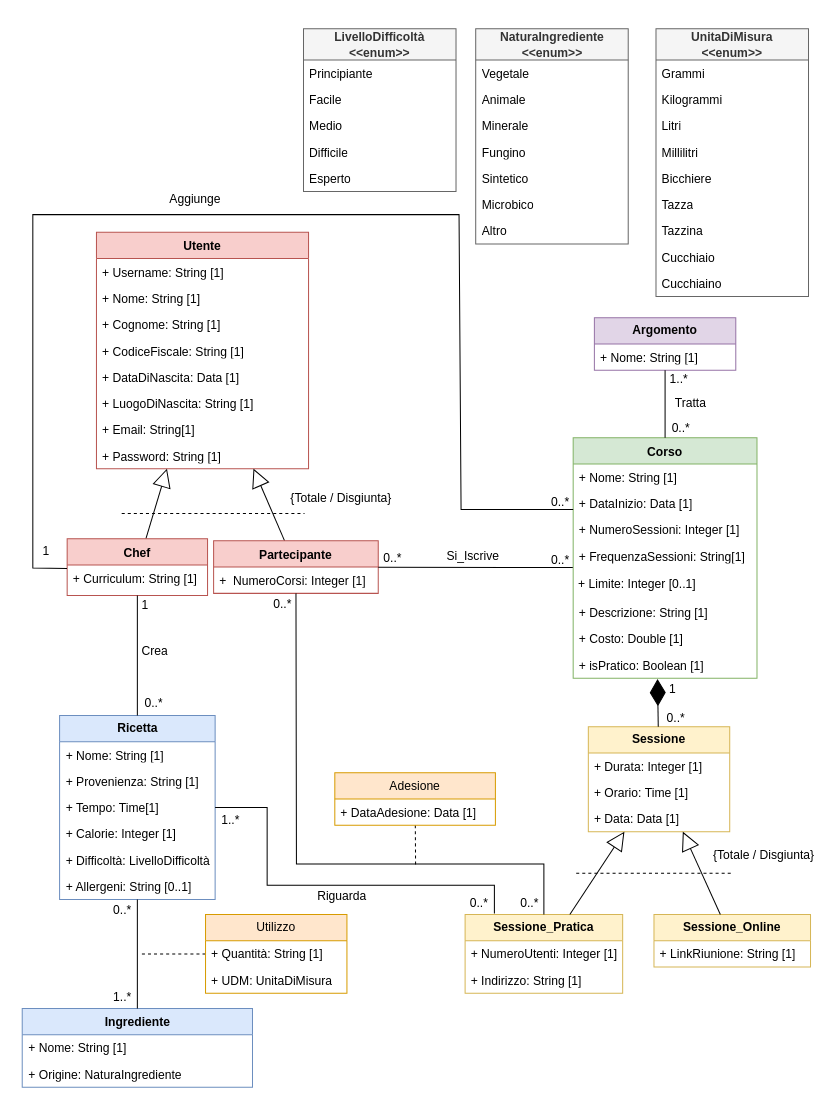
This is page "Pagina-1" (1 of 2) of Database/Modello_Concettuale/src/UninaFoodLab_UML.drawio from KiyoWasTakenn/UninaFoodLab, a draw.io file, before an edit. Source tidied: cells renumbered, new cells numbered last; positions are measured from the earlier drawing's top-left corner, leaving out a move shared by most shapes. Both pictures are drawn from the tidied source at 101%, with x=0, y=0 at pixel (21, 28).
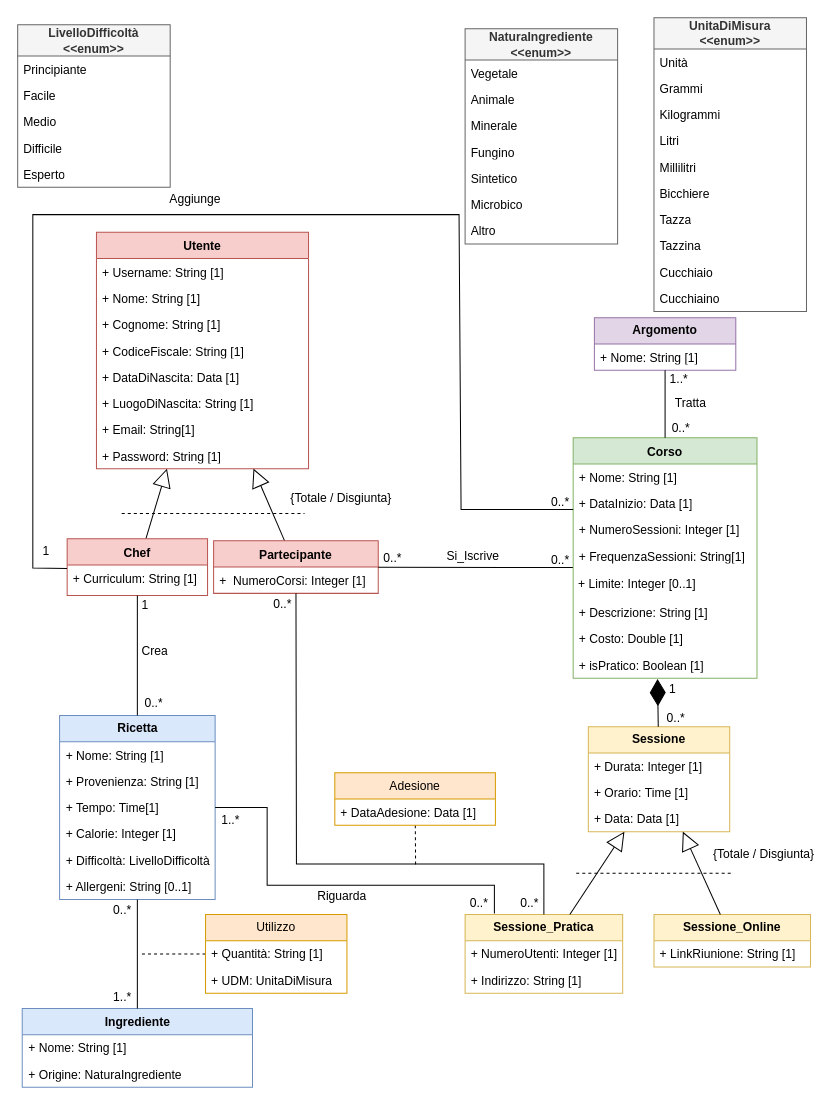
After the change.

What changed in the source:
```diff
@@
     <mxCell id="2" value="&lt;span style=&quot;font-weight: 700;&quot;&gt;LivelloDifficoltà&lt;/span&gt;&lt;div&gt;&lt;span style=&quot;font-weight: 700;&quot;&gt;&amp;lt;&amp;lt;enum&amp;gt;&amp;gt;&lt;/span&gt;&lt;/div&gt;" style="swimlane;fontStyle=0;horizontal=1;startSize=31;fillColor=#f5f5f5;whiteSpace=wrap;html=1;strokeColor=#666666;fontColor=#333333;" parent="1" vertex="1">
-      <mxGeometry x="279" width="151" height="161" as="geometry" />
+      <mxGeometry x="-4" y="-4" width="151" height="161" as="geometry" />
     </mxCell>
@@
     <mxCell id="8" value="&lt;div&gt;&lt;span style=&quot;font-weight: 700;&quot;&gt;NaturaIngrediente&lt;/span&gt;&lt;/div&gt;&lt;div&gt;&lt;span style=&quot;font-weight: 700;&quot;&gt;&amp;lt;&amp;lt;enum&amp;gt;&amp;gt;&lt;/span&gt;&lt;/div&gt;" style="swimlane;fontStyle=0;horizontal=1;startSize=31;fillColor=#f5f5f5;whiteSpace=wrap;html=1;strokeColor=#666666;fontColor=#333333;" parent="1" vertex="1">
-      <mxGeometry x="449.5" width="151" height="213" as="geometry" />
+      <mxGeometry x="439" width="151" height="213" as="geometry" />
     </mxCell>
@@
     <mxCell id="16" value="&lt;div&gt;&lt;b&gt;UnitaDiMisura&lt;/b&gt;&lt;/div&gt;&lt;div&gt;&lt;span style=&quot;font-weight: 700;&quot;&gt;&amp;lt;&amp;lt;enum&amp;gt;&amp;gt;&lt;/span&gt;&lt;/div&gt;" style="swimlane;fontStyle=0;horizontal=1;startSize=31;fillColor=#f5f5f5;whiteSpace=wrap;html=1;strokeColor=#666666;fontColor=#333333;" parent="1" vertex="1">
-      <mxGeometry x="628" width="151" height="265" as="geometry" />
+      <mxGeometry x="626" y="-11" width="151" height="291" as="geometry" />
     </mxCell>
+    <mxCell id="113" value="Unità" style="text;strokeColor=none;fillColor=none;align=left;verticalAlign=top;spacingLeft=4;spacingRight=4;overflow=hidden;whiteSpace=wrap;html=1;" parent="16" vertex="1">
+      <mxGeometry y="31" width="151" height="26" as="geometry" />
+    </mxCell>
     <mxCell id="17" value="Grammi" style="text;strokeColor=none;fillColor=none;align=left;verticalAlign=top;spacingLeft=4;spacingRight=4;overflow=hidden;whiteSpace=wrap;html=1;" parent="16" vertex="1">
-      <mxGeometry y="31" width="151" height="26" as="geometry" />
+      <mxGeometry y="57" width="151" height="26" as="geometry" />
     </mxCell>
     <mxCell id="18" value="Kilogrammi" style="text;strokeColor=none;fillColor=none;align=left;verticalAlign=top;spacingLeft=4;spacingRight=4;overflow=hidden;whiteSpace=wrap;html=1;" parent="16" vertex="1">
-      <mxGeometry y="57" width="151" height="26" as="geometry" />
+      <mxGeometry y="83" width="151" height="26" as="geometry" />
     </mxCell>
     <mxCell id="19" value="Litri" style="text;strokeColor=none;fillColor=none;align=left;verticalAlign=top;spacingLeft=4;spacingRight=4;overflow=hidden;whiteSpace=wrap;html=1;" parent="16" vertex="1">
-      <mxGeometry y="83" width="151" height="26" as="geometry" />
+      <mxGeometry y="109" width="151" height="26" as="geometry" />
     </mxCell>
     <mxCell id="20" value="Millilitri" style="text;strokeColor=none;fillColor=none;align=left;verticalAlign=top;spacingLeft=4;spacingRight=4;overflow=hidden;whiteSpace=wrap;html=1;" parent="16" vertex="1">
-      <mxGeometry y="109" width="151" height="26" as="geometry" />
+      <mxGeometry y="135" width="151" height="26" as="geometry" />
     </mxCell>
     <mxCell id="21" value="Bicchiere" style="text;strokeColor=none;fillColor=none;align=left;verticalAlign=top;spacingLeft=4;spacingRight=4;overflow=hidden;whiteSpace=wrap;html=1;" parent="16" vertex="1">
-      <mxGeometry y="135" width="151" height="26" as="geometry" />
+      <mxGeometry y="161" width="151" height="26" as="geometry" />
     </mxCell>
     <mxCell id="22" value="Tazza" style="text;strokeColor=none;fillColor=none;align=left;verticalAlign=top;spacingLeft=4;spacingRight=4;overflow=hidden;whiteSpace=wrap;html=1;" parent="16" vertex="1">
-      <mxGeometry y="161" width="151" height="26" as="geometry" />
+      <mxGeometry y="187" width="151" height="26" as="geometry" />
     </mxCell>
     <mxCell id="23" value="Tazzina" style="text;strokeColor=none;fillColor=none;align=left;verticalAlign=top;spacingLeft=4;spacingRight=4;overflow=hidden;whiteSpace=wrap;html=1;" parent="16" vertex="1">
-      <mxGeometry y="187" width="151" height="26" as="geometry" />
+      <mxGeometry y="213" width="151" height="26" as="geometry" />
     </mxCell>
     <mxCell id="24" value="Cucchiaio" style="text;strokeColor=none;fillColor=none;align=left;verticalAlign=top;spacingLeft=4;spacingRight=4;overflow=hidden;whiteSpace=wrap;html=1;" parent="16" vertex="1">
-      <mxGeometry y="213" width="151" height="26" as="geometry" />
+      <mxGeometry y="239" width="151" height="26" as="geometry" />
     </mxCell>
     <mxCell id="25" value="Cucchiaino" style="text;strokeColor=none;fillColor=none;align=left;verticalAlign=top;spacingLeft=4;spacingRight=4;overflow=hidden;whiteSpace=wrap;html=1;" parent="16" vertex="1">
-      <mxGeometry y="239" width="151" height="26" as="geometry" />
+      <mxGeometry y="265" width="151" height="26" as="geometry" />
     </mxCell>
```
